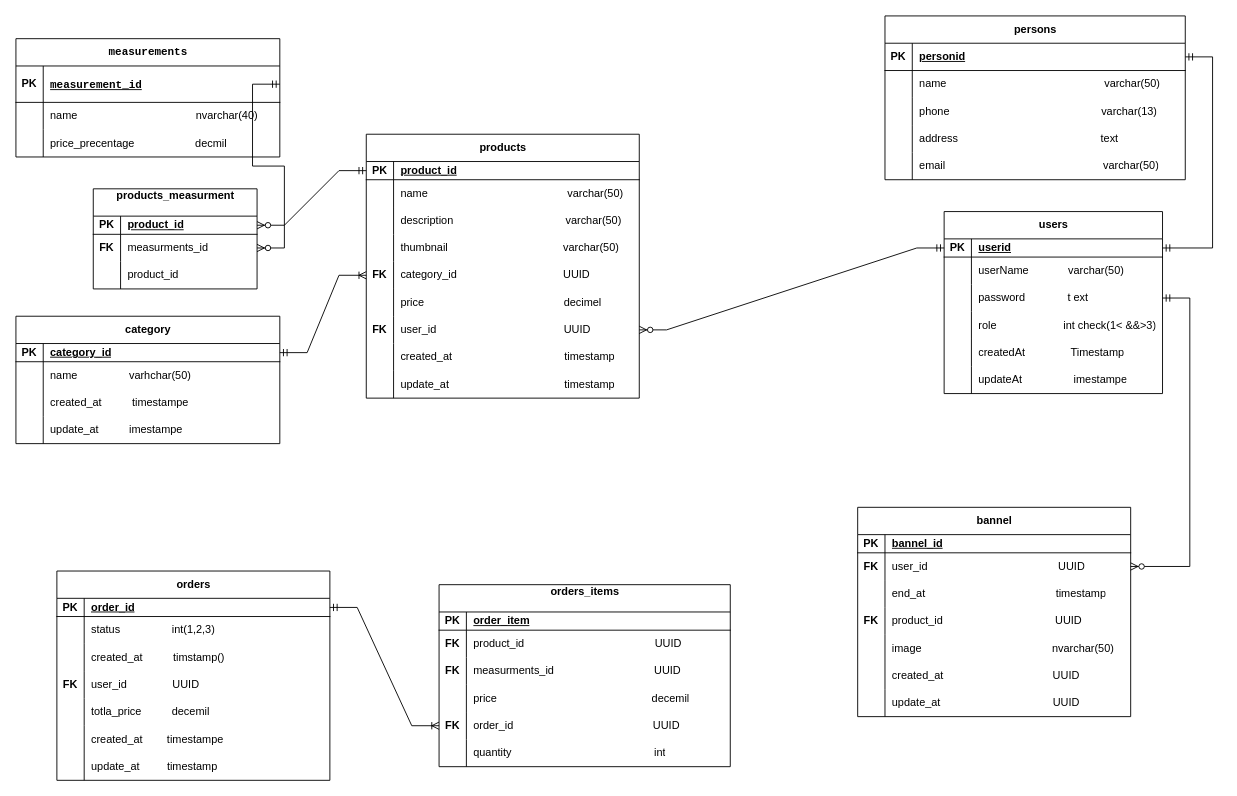
Above: ecommerce.drawio in Abdullah2100/ecommerce_full_stack (draw.io), before the change. Source tidied: cells renumbered, new cells numbered last; positions are measured from the earlier drawing's top-left corner, leaving out a move shared by most shapes. Both pictures are drawn from the tidied source at 91%, with x=0, y=0 at pixel (15, 15).
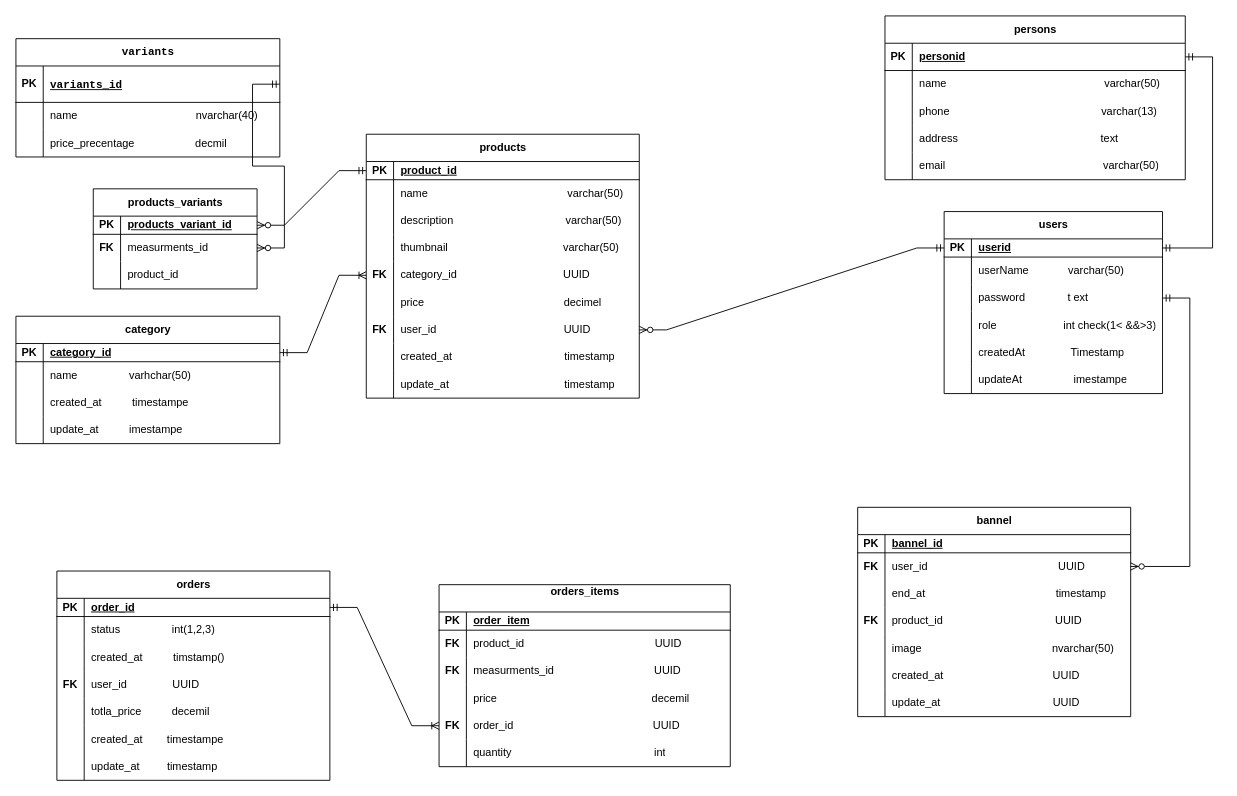
After the change.

Commit message (it also covers changes not shown here):
feat: update erd replace measurment to variants

The change refers to these unchanged cells:
```xml
<mxCell id="66" style="shape=tableRow;horizontal=0;startSize=0;swimlaneHead=0;swimlaneBody=0;fillColor=none;points=[[0,0.5],[1,0.5]];portConstraint=eastwest;top=0;left=0;right=0;bottom=1;" parent="65" vertex="1">
  <mxGeometry y="30" width="290" height="40" as="geometry" />
</mxCell>
<mxCell id="117" style="shape=tableRow;horizontal=0;startSize=0;swimlaneHead=0;swimlaneBody=0;fillColor=none;points=[[0,0.5],[1,0.5]];portConstraint=eastwest;top=0;left=0;right=0;bottom=1;" parent="116" vertex="1">
  <mxGeometry y="30" width="180" height="20" as="geometry" />
</mxCell>
```

Diff of the diagram source:
```diff
@@
-    <mxCell id="65" value="&lt;pre aria-label=&quot;النص المترجم: unit of measurement&quot; style=&quot;text-align: left;&quot; id=&quot;tw-target-text&quot; class=&quot;tw-data-text tw-text-large tw-ta&quot; dir=&quot;ltr&quot;&gt;&lt;span lang=&quot;en&quot; class=&quot;Y2IQFc&quot;&gt;measurements&lt;/span&gt;&lt;/pre&gt;" style="shape=table;startSize=30;childLayout=tableLayout;rowLines=0;fontStyle=1;align=center;html=1;" parent="1" vertex="1">
+    <mxCell id="65" value="&lt;pre aria-label=&quot;النص المترجم: unit of measurement&quot; style=&quot;text-align: left;&quot; id=&quot;tw-target-text&quot; class=&quot;tw-data-text tw-text-large tw-ta&quot; dir=&quot;ltr&quot;&gt;variants&lt;/pre&gt;" style="shape=table;startSize=30;childLayout=tableLayout;rowLines=0;fontStyle=1;align=center;html=1;" parent="1" vertex="1">
       <mxGeometry y="25" width="290" height="130" as="geometry" />
     </mxCell>
@@
-    <mxCell id="68" value="&lt;pre aria-label=&quot;النص المترجم: unit of measurement&quot; id=&quot;tw-target-text&quot; class=&quot;tw-data-text tw-text-large tw-ta&quot; dir=&quot;ltr&quot;&gt;&lt;span lang=&quot;en&quot; class=&quot;Y2IQFc&quot;&gt;measurement_id&lt;/span&gt;&lt;/pre&gt;" style="shape=partialRectangle;fillColor=none;top=0;left=0;bottom=0;right=0;align=left;spacingLeft=6;fontStyle=5;overflow=hidden;whiteSpace=wrap;html=1;" parent="66" vertex="1">
+    <mxCell id="68" value="&lt;pre aria-label=&quot;النص المترجم: unit of measurement&quot; id=&quot;tw-target-text&quot; class=&quot;tw-data-text tw-text-large tw-ta&quot; dir=&quot;ltr&quot;&gt;&lt;span lang=&quot;en&quot; class=&quot;Y2IQFc&quot;&gt;variants_id&lt;/span&gt;&lt;/pre&gt;" style="shape=partialRectangle;fillColor=none;top=0;left=0;bottom=0;right=0;align=left;spacingLeft=6;fontStyle=5;overflow=hidden;whiteSpace=wrap;html=1;" parent="66" vertex="1">
       <mxGeometry x="30" width="260" height="40" as="geometry" />
     </mxCell>
@@
-    <mxCell id="116" value="products_measurment&lt;div&gt;&lt;br&gt;&lt;/div&gt;" style="shape=table;startSize=30;childLayout=tableLayout;rowLines=0;fontStyle=1;align=center;html=1;" parent="1" vertex="1">
+    <mxCell id="116" value="products_variants" style="shape=table;startSize=30;childLayout=tableLayout;rowLines=0;fontStyle=1;align=center;html=1;" parent="1" vertex="1">
       <mxGeometry x="85" y="190" width="180" height="110" as="geometry" />
     </mxCell>
@@
-    <mxCell id="119" value="product_id" style="shape=partialRectangle;fillColor=none;top=0;left=0;bottom=0;right=0;align=left;spacingLeft=6;fontStyle=5;overflow=hidden;whiteSpace=wrap;html=1;" parent="117" vertex="1">
+    <mxCell id="119" value="&lt;span style=&quot;text-align: center; text-wrap-mode: nowrap;&quot;&gt;products_variant&lt;/span&gt;_id" style="shape=partialRectangle;fillColor=none;top=0;left=0;bottom=0;right=0;align=left;spacingLeft=6;fontStyle=5;overflow=hidden;whiteSpace=wrap;html=1;" parent="117" vertex="1">
       <mxGeometry x="30" width="150" height="20" as="geometry" />
     </mxCell>
```
